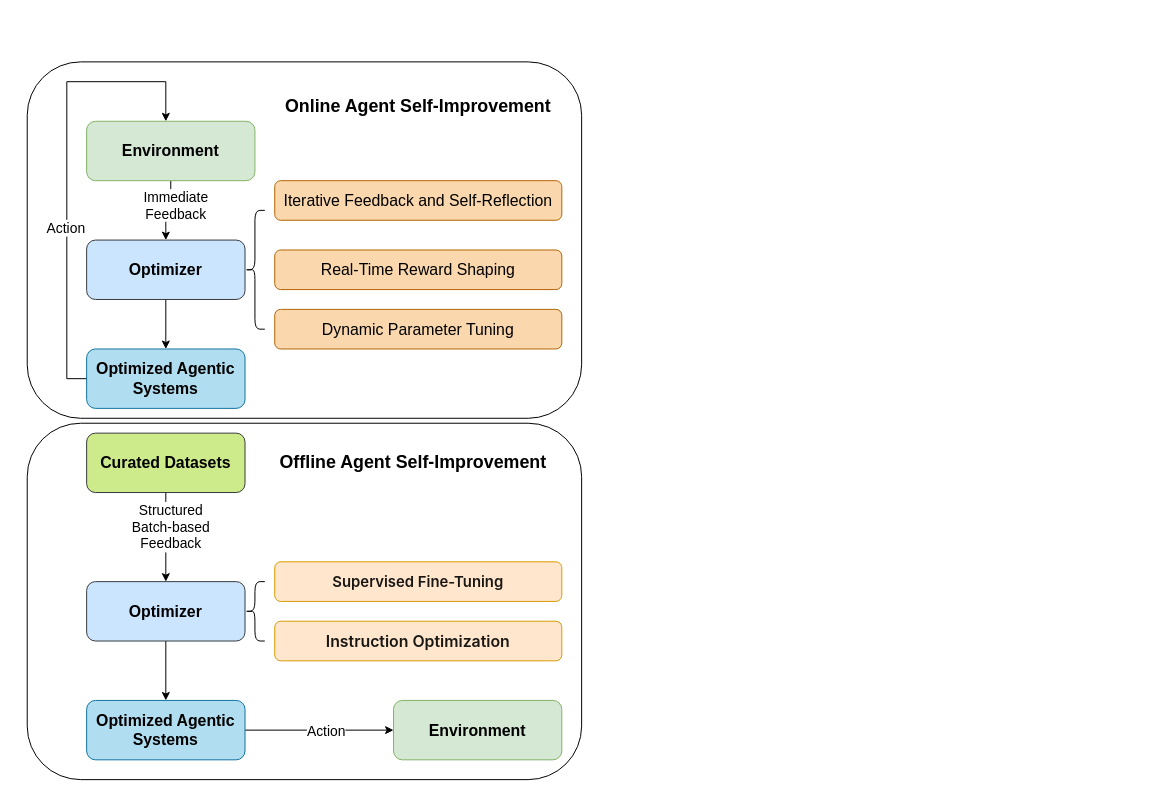
Above: trainingModule.drawio in RuishanFang/notes (draw.io), before the change. Source tidied: cells renumbered, new cells numbered last; positions are measured from the earlier drawing's top-left corner, leaving out a move shared by most shapes. Both pictures are drawn from the tidied source at 99%, with x=0, y=0 at pixel (27, 61).
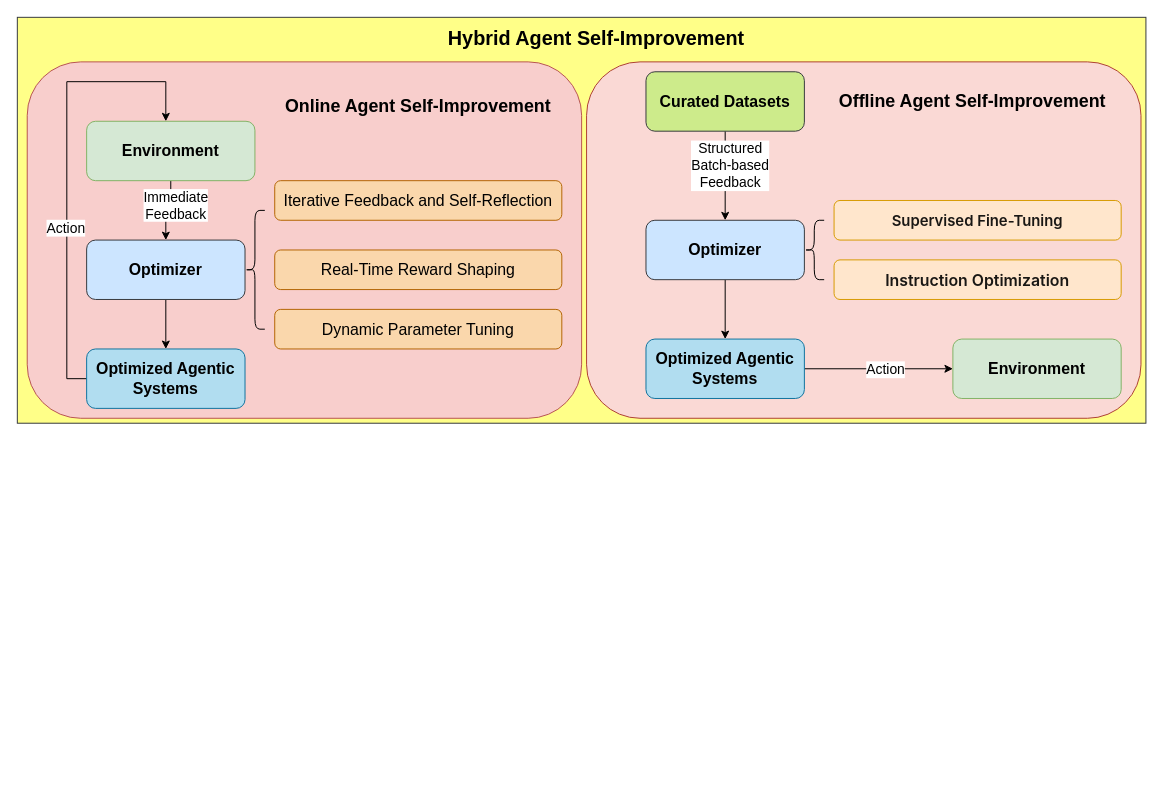
Above is the later version.

Change to the diagram source:
```diff
@@
+    <mxCell id="30" style="rounded=0;whiteSpace=wrap;html=1;fillColor=#ffff88;strokeColor=#36393d;" parent="1" vertex="1">
+      <mxGeometry x="-10" y="-45" width="1140" height="410" as="geometry" />
+    </mxCell>
-    <mxCell id="2" style="rounded=1;whiteSpace=wrap;html=1;" parent="1" vertex="1">
-      <mxGeometry y="365" width="560" height="360" as="geometry" />
+    <mxCell id="2" style="rounded=1;whiteSpace=wrap;html=1;fillColor=#fad9d5;strokeColor=#ae4132;" parent="1" vertex="1">
+      <mxGeometry x="565" width="560" height="360" as="geometry" />
     </mxCell>
-    <mxCell id="3" style="rounded=1;whiteSpace=wrap;html=1;" parent="1" vertex="1">
+    <mxCell id="3" style="rounded=1;whiteSpace=wrap;html=1;fillColor=#f8cecc;strokeColor=#b85450;" parent="1" vertex="1">
       <mxGeometry width="560" height="360" as="geometry" />
     </mxCell>
@@
     <mxCell id="18" value="&lt;font style=&quot;font-size: 16px;&quot;&gt;&lt;b&gt;Curated Datasets&lt;/b&gt;&lt;/font&gt;" style="rounded=1;whiteSpace=wrap;html=1;fillColor=#cdeb8b;strokeColor=#36393d;" parent="1" vertex="1">
-      <mxGeometry x="60" y="375" width="160" height="60" as="geometry" />
+      <mxGeometry x="625" y="10" width="160" height="60" as="geometry" />
     </mxCell>
@@
     <mxCell id="20" value="&lt;font style=&quot;font-size: 16px;&quot;&gt;&lt;b&gt;Optimizer&lt;/b&gt;&lt;/font&gt;" style="rounded=1;whiteSpace=wrap;html=1;fillColor=#cce5ff;strokeColor=#36393d;" parent="1" vertex="1">
-      <mxGeometry x="60" y="525" width="160" height="60" as="geometry" />
+      <mxGeometry x="625" y="160" width="160" height="60" as="geometry" />
     </mxCell>
     <mxCell id="21" style="edgeStyle=orthogonalEdgeStyle;rounded=0;jettySize=auto;html=1;" parent="1" edge="1" source="23">
       <mxGeometry relative="1" as="geometry">
-        <mxPoint x="370" y="675" as="targetPoint" />
+        <mxPoint x="935" y="310" as="targetPoint" />
       </mxGeometry>
     </mxCell>
@@
     <mxCell id="23" value="&lt;font style=&quot;font-size: 16px;&quot;&gt;&lt;b&gt;Optimized Agentic&lt;/b&gt;&lt;/font&gt;&lt;div&gt;&lt;font style=&quot;font-size: 16px;&quot;&gt;&lt;b&gt;Systems&lt;/b&gt;&lt;/font&gt;&lt;/div&gt;" style="rounded=1;whiteSpace=wrap;html=1;fillColor=#b1ddf0;strokeColor=#10739e;" parent="1" vertex="1">
-      <mxGeometry x="60" y="645" width="160" height="60" as="geometry" />
+      <mxGeometry x="625" y="280" width="160" height="60" as="geometry" />
     </mxCell>
     <mxCell id="24" style="shape=curlyBracket;whiteSpace=wrap;html=1;rounded=1;labelPosition=left;verticalLabelPosition=middle;align=right;verticalAlign=middle;" parent="1" vertex="1">
-      <mxGeometry x="220" y="525" width="20" height="60" as="geometry" />
+      <mxGeometry x="785" y="160" width="20" height="60" as="geometry" />
     </mxCell>
     <mxCell id="25" value="&lt;p style=&quot;margin: 0px; font-variant-numeric: normal; font-variant-east-asian: normal; font-variant-alternates: normal; font-size-adjust: none; font-kerning: auto; font-optical-sizing: auto; font-feature-settings: normal; font-variation-settings: normal; font-variant-position: normal; font-variant-emoji: normal; font-stretch: normal; line-height: normal; text-align: start;&quot; class=&quot;p1&quot;&gt;&lt;span style=&quot;margin: 0px; padding: 0px; border: 0px; font-weight: 600; font-size: 15px; line-height: inherit; font-family: &amp;quot;PingFang SC&amp;quot;, -apple-system, BlinkMacSystemFont, &amp;quot;Segoe UI&amp;quot;, Roboto, Ubuntu, &amp;quot;Helvetica Neue&amp;quot;, Helvetica, Arial, &amp;quot;Hiragino Sans GB&amp;quot;, &amp;quot;Microsoft YaHei UI&amp;quot;, &amp;quot;Microsoft YaHei&amp;quot;, &amp;quot;Source Han Sans CN&amp;quot;, sans-serif; font-size-adjust: inherit; font-kerning: inherit; font-variant-alternates: inherit; font-variant-ligatures: inherit; font-variant-numeric: inherit; font-variant-east-asian: inherit; font-variant-position: inherit; font-variant-emoji: inherit; font-feature-settings: inherit; font-optical-sizing: inherit; font-variation-settings: inherit; vertical-align: baseline; caret-color: rgba(0, 0, 0, 0.9); color: rgba(0, 0, 0, 0.9);&quot;&gt;Supervised Fine-Tuning&lt;/span&gt;&lt;/p&gt;" style="rounded=1;whiteSpace=wrap;html=1;fillColor=#ffe6cc;strokeColor=#d79b00;" parent="1" vertex="1">
-      <mxGeometry x="250" y="505" width="290" height="40" as="geometry" />
+      <mxGeometry x="815" y="140" width="290" height="40" as="geometry" />
     </mxCell>
     <mxCell id="26" value="&lt;p style=&quot;margin: 0px; font-variant-numeric: normal; font-variant-east-asian: normal; font-variant-alternates: normal; font-size-adjust: none; font-kerning: auto; font-optical-sizing: auto; font-feature-settings: normal; font-variation-settings: normal; font-variant-position: normal; font-variant-emoji: normal; font-stretch: normal; line-height: normal; text-align: start;&quot; class=&quot;p1&quot;&gt;&lt;span style=&quot;margin: 0px; padding: 0px; border: 0px; font-weight: 600; line-height: inherit; font-family: &amp;quot;PingFang SC&amp;quot;, -apple-system, BlinkMacSystemFont, &amp;quot;Segoe UI&amp;quot;, Roboto, Ubuntu, &amp;quot;Helvetica Neue&amp;quot;, Helvetica, Arial, &amp;quot;Hiragino Sans GB&amp;quot;, &amp;quot;Microsoft YaHei UI&amp;quot;, &amp;quot;Microsoft YaHei&amp;quot;, &amp;quot;Source Han Sans CN&amp;quot;, sans-serif; font-size-adjust: inherit; font-kerning: inherit; font-variant-alternates: inherit; font-variant-ligatures: inherit; font-variant-numeric: inherit; font-variant-east-asian: inherit; font-variant-position: inherit; font-variant-emoji: inherit; font-feature-settings: inherit; font-optical-sizing: inherit; font-variation-settings: inherit; vertical-align: baseline; caret-color: rgba(0, 0, 0, 0.9); color: rgba(0, 0, 0, 0.9);&quot;&gt;&lt;font style=&quot;font-size: 16px;&quot;&gt;Instruction Optimization&lt;/font&gt;&lt;/span&gt;&lt;/p&gt;" style="rounded=1;whiteSpace=wrap;html=1;fillColor=#ffe6cc;strokeColor=#d79b00;" parent="1" vertex="1">
-      <mxGeometry x="250" y="565" width="290" height="40" as="geometry" />
+      <mxGeometry x="815" y="200" width="290" height="40" as="geometry" />
     </mxCell>
     <mxCell id="27" value="&lt;font style=&quot;font-size: 16px;&quot;&gt;&lt;b&gt;Environment&lt;/b&gt;&lt;/font&gt;" style="rounded=1;whiteSpace=wrap;html=1;fillColor=#d5e8d4;strokeColor=#82b366;" parent="1" vertex="1">
-      <mxGeometry x="370" y="645" width="170" height="60" as="geometry" />
+      <mxGeometry x="935" y="280" width="170" height="60" as="geometry" />
     </mxCell>
@@
     <mxCell id="29" value="&lt;font style=&quot;font-size: 18px;&quot;&gt;&lt;b&gt;Offline Agent Self-Improvement&lt;/b&gt;&lt;/font&gt;" style="text;html=1;align=center;verticalAlign=middle;whiteSpace=wrap;rounded=0;" parent="1" vertex="1">
-      <mxGeometry x="230" y="390" width="320" height="30" as="geometry" />
+      <mxGeometry x="795" y="25" width="320" height="30" as="geometry" />
     </mxCell>
+    <mxCell id="31" value="&lt;font style=&quot;font-size: 20px;&quot;&gt;&lt;b&gt;Hybrid Agent Self-Improvement&lt;/b&gt;&lt;/font&gt;" style="text;html=1;align=center;verticalAlign=middle;whiteSpace=wrap;rounded=0;" parent="1" vertex="1">
+      <mxGeometry x="410" y="-40" width="330" height="30" as="geometry" />
+    </mxCell>
```
